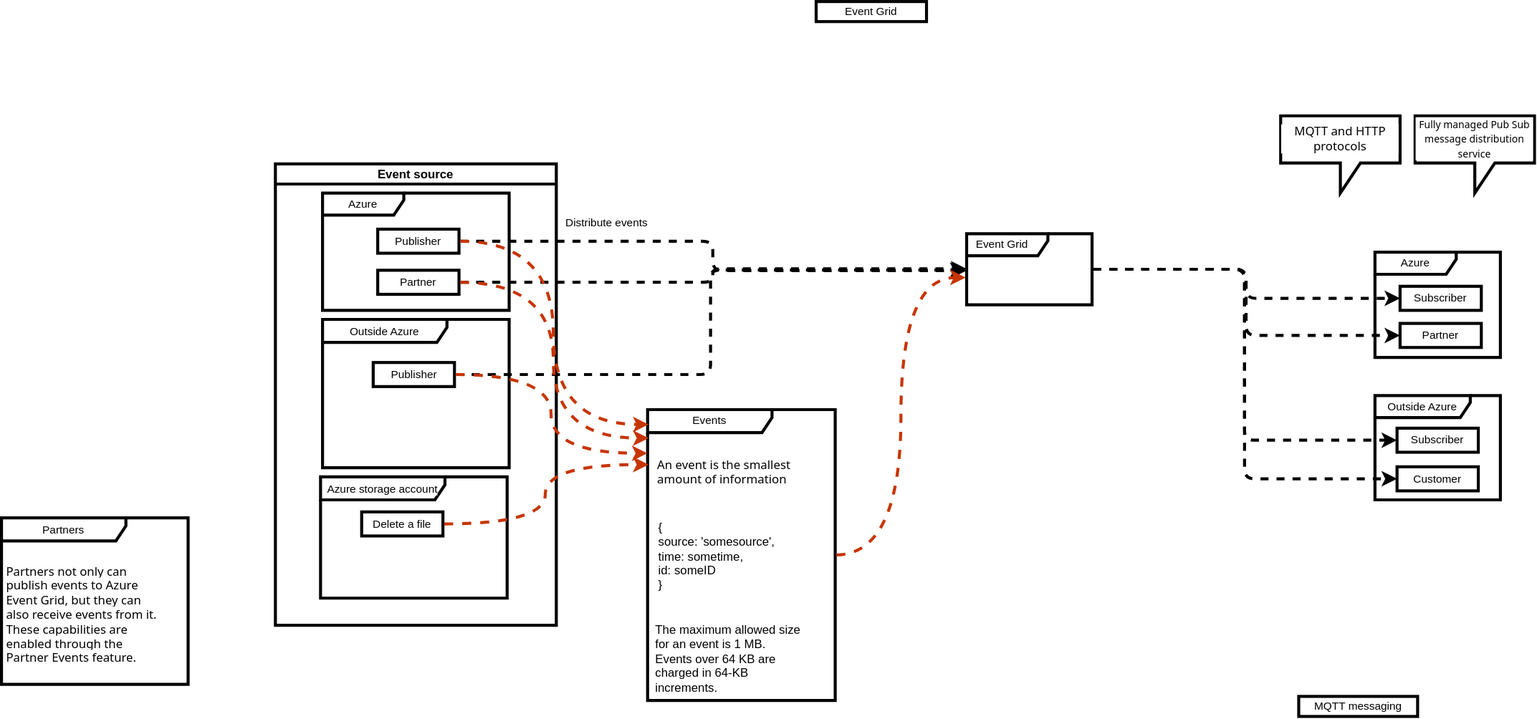
This is azure/fundamentals/event-grid.drawio.svg from sunnybharne/draw.io, a draw.io export, as it was before one commit. Source tidied: cells renumbered, new cells last; positions are measured from the earlier drawing's top-left corner, leaving out a move shared by most shapes.
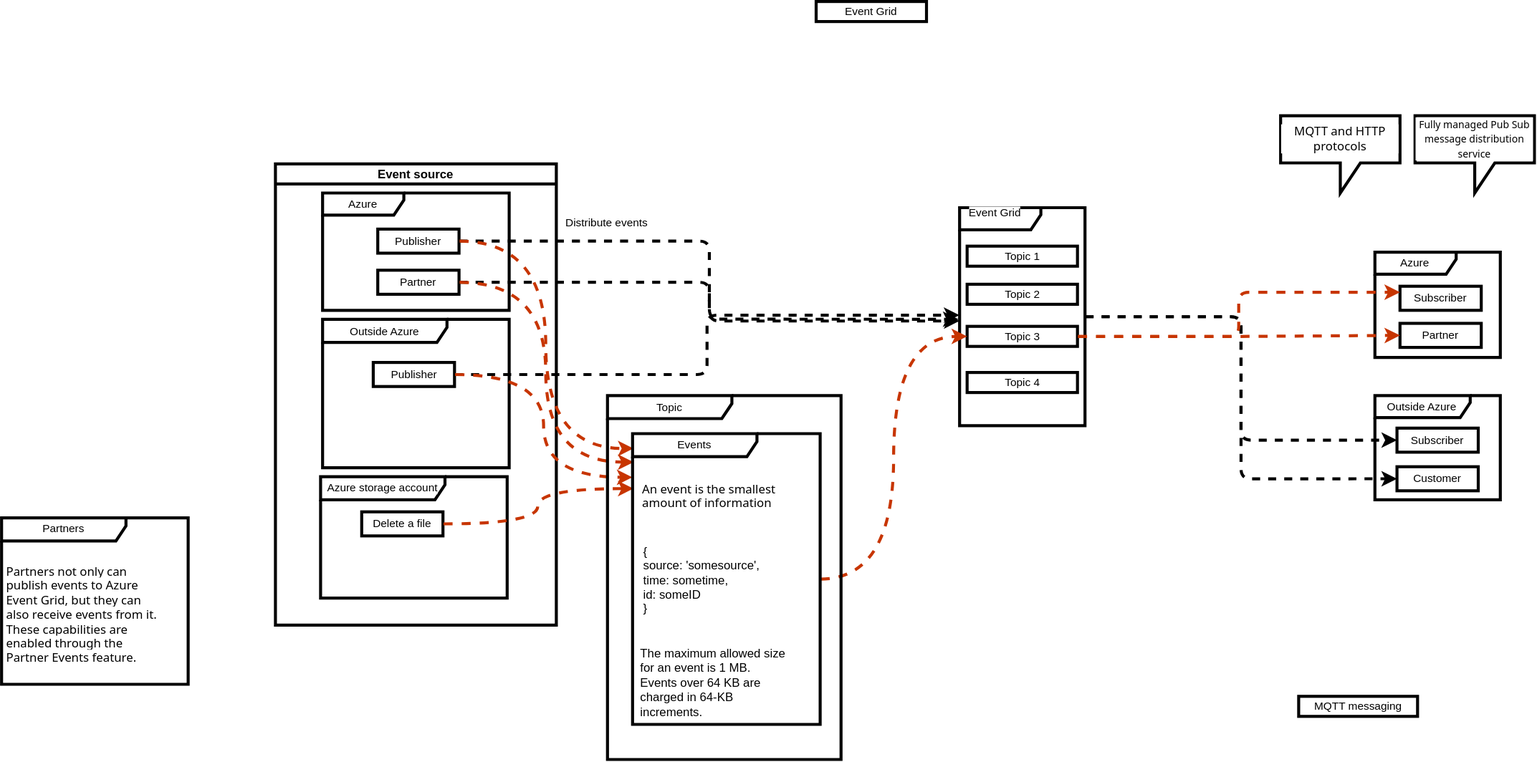
After the change.

The edit, as a diff of the source:
```diff
@@ -5,18 +5,12 @@
     <mxCell id="2" value="Event Grid" style="html=1;whiteSpace=wrap;fontFamily=Helvetica;fontSize=11;fontColor=default;labelBackgroundColor=default;strokeWidth=3;" parent="1" vertex="1">
       <mxGeometry x="812" width="110" height="20" as="geometry" />
     </mxCell>
-    <mxCell id="3" style="edgeStyle=orthogonalEdgeStyle;shape=connector;curved=0;rounded=1;jettySize=auto;html=1;entryX=0;entryY=0.5;entryDx=0;entryDy=0;strokeColor=default;strokeWidth=3;align=center;verticalAlign=middle;fontFamily=Helvetica;fontSize=11;fontColor=default;labelBackgroundColor=default;endArrow=classic;flowAnimation=1;" parent="1" edge="1" source="31" target="35">
-      <mxGeometry relative="1" as="geometry" />
-    </mxCell>
     <mxCell id="4" style="edgeStyle=orthogonalEdgeStyle;shape=connector;curved=0;rounded=1;jettySize=auto;html=1;entryX=0;entryY=0.5;entryDx=0;entryDy=0;strokeColor=default;strokeWidth=3;align=center;verticalAlign=middle;fontFamily=Helvetica;fontSize=11;fontColor=default;labelBackgroundColor=default;endArrow=classic;flowAnimation=1;" parent="1" edge="1" source="31" target="39">
       <mxGeometry relative="1" as="geometry" />
     </mxCell>
     <mxCell id="5" style="edgeStyle=orthogonalEdgeStyle;shape=connector;curved=0;rounded=1;jettySize=auto;html=1;entryX=0;entryY=0.5;entryDx=0;entryDy=0;strokeColor=default;strokeWidth=3;align=center;verticalAlign=middle;fontFamily=Helvetica;fontSize=11;fontColor=default;labelBackgroundColor=default;endArrow=classic;flowAnimation=1;" parent="1" edge="1" source="31" target="40">
       <mxGeometry relative="1" as="geometry" />
     </mxCell>
-    <mxCell id="6" style="edgeStyle=orthogonalEdgeStyle;shape=connector;curved=0;rounded=1;jettySize=auto;html=1;entryX=0;entryY=0.5;entryDx=0;entryDy=0;strokeColor=default;strokeWidth=3;align=center;verticalAlign=middle;fontFamily=Helvetica;fontSize=11;fontColor=default;labelBackgroundColor=default;endArrow=classic;flowAnimation=1;" parent="1" edge="1" source="31" target="36">
-      <mxGeometry relative="1" as="geometry" />
-    </mxCell>
     <mxCell id="7" value="Distribute events" style="edgeLabel;html=1;align=center;verticalAlign=middle;strokeColor=default;strokeWidth=3;fontFamily=Helvetica;fontSize=11;fontColor=default;labelBackgroundColor=default;fillColor=default;" parent="1" vertex="1">
       <mxGeometry x="602" y="220" as="geometry" />
     </mxCell>
@@ -47,21 +41,6 @@
     <mxCell id="16" value="&lt;span style=&quot;font-style: normal; font-variant-caps: normal; font-weight: 400; letter-spacing: normal; text-align: start; text-indent: 0px; text-transform: none; white-space: normal; word-spacing: 0px; -webkit-text-stroke-width: 0px; text-decoration: none; caret-color: rgb(230, 230, 230); font-family: &amp;quot;Segoe UI&amp;quot;, SegoeUI, &amp;quot;Helvetica Neue&amp;quot;, Helvetica, Arial, sans-serif; float: none; background-color: rgb(255, 255, 255); display: inline !important;&quot;&gt;&lt;font style=&quot;font-size: 12px;&quot;&gt;Partners not only can publish events to Azure Event Grid, but they can also receive events from it. These capabilities are enabled through the Partner Events feature.&lt;/font&gt;&lt;/span&gt;" style="text;whiteSpace=wrap;html=1;fontFamily=Helvetica;fontSize=11;fontColor=default;labelBackgroundColor=default;" parent="14" vertex="1">
       <mxGeometry x="3" y="40" width="162" height="112" as="geometry" />
     </mxCell>
-    <mxCell id="17" style="group;" parent="1" vertex="1">
-      <mxGeometry x="644" y="407" width="200" height="290" as="geometry" />
-    </mxCell>
-    <mxCell id="18" value="Events" style="shape=umlFrame;whiteSpace=wrap;html=1;fontFamily=Helvetica;fontSize=11;fontColor=default;labelBackgroundColor=default;strokeWidth=3;width=124;height=23;" parent="17" vertex="1">
-      <mxGeometry width="187" height="290" as="geometry" />
-    </mxCell>
-    <mxCell id="19" value="&lt;p style=&quot;box-sizing: inherit; outline-color: inherit; margin: 1rem 0px 0px; padding: 0px; overflow-wrap: break-word; caret-color: rgb(230, 230, 230); font-family: &amp;quot;Segoe UI&amp;quot;, SegoeUI, &amp;quot;Helvetica Neue&amp;quot;, Helvetica, Arial, sans-serif; font-size: 12px;&quot;&gt;&lt;font style=&quot;font-size: 12px;&quot;&gt;An event is the smallest amount of information&amp;nbsp;&lt;/font&gt;&lt;/p&gt;&lt;p style=&quot;font-size: 12px; box-sizing: inherit; outline-color: inherit; margin: 1rem 0px 0px; padding: 0px; overflow-wrap: break-word; caret-color: rgb(230, 230, 230); font-family: &amp;quot;Segoe UI&amp;quot;, SegoeUI, &amp;quot;Helvetica Neue&amp;quot;, Helvetica, Arial, sans-serif;&quot;&gt;&lt;br&gt;&lt;/p&gt;" style="text;whiteSpace=wrap;html=1;fontFamily=Helvetica;fontSize=11;fontColor=default;labelBackgroundColor=default;" parent="17" vertex="1">
-      <mxGeometry x="7.5" y="26.2" width="137" height="45.8" as="geometry" />
-    </mxCell>
-    <mxCell id="20" value="&lt;div style=&quot;font-size: 12px;&quot;&gt;&lt;font style=&quot;font-size: 12px;&quot;&gt;&lt;br&gt;&lt;/font&gt;&lt;/div&gt;&lt;font style=&quot;font-size: 12px;&quot;&gt;{&lt;/font&gt;&lt;div style=&quot;font-size: 12px;&quot;&gt;&lt;font style=&quot;font-size: 12px;&quot;&gt;source: 'somesource',&lt;/font&gt;&lt;/div&gt;&lt;div style=&quot;font-size: 12px;&quot;&gt;&lt;font style=&quot;font-size: 12px;&quot;&gt;time: sometime,&lt;/font&gt;&lt;/div&gt;&lt;div style=&quot;font-size: 12px;&quot;&gt;&lt;font style=&quot;font-size: 12px;&quot;&gt;id: someID&lt;br&gt;&lt;/font&gt;&lt;div&gt;&lt;font style=&quot;font-size: 12px;&quot;&gt;}&lt;/font&gt;&lt;/div&gt;&lt;/div&gt;" style="text;html=1;align=left;verticalAlign=middle;strokeColor=none;fillColor=none;fontFamily=Helvetica;fontSize=11;fontColor=default;labelBackgroundColor=default;" parent="17" vertex="1">
-      <mxGeometry x="9" y="91" width="134" height="96" as="geometry" />
-    </mxCell>
-    <mxCell id="21" value="&lt;span style=&quot;caret-color: rgb(230, 230, 230); background-color: rgb(255, 255, 255);&quot;&gt;&lt;font face=&quot;Helvetica&quot; style=&quot;font-size: 12px;&quot;&gt;The maximum allowed size for an event is 1 MB. Events over 64 KB are charged in 64-KB increments.&lt;/font&gt;&lt;/span&gt;" style="text;whiteSpace=wrap;html=1;fontFamily=Helvetica;fontSize=11;fontColor=default;labelBackgroundColor=default;" parent="17" vertex="1">
-      <mxGeometry x="6" y="205.9" width="151" height="60.7" as="geometry" />
-    </mxCell>
     <mxCell id="22" value="Event source" style="swimlane;startSize=20;horizontal=1;horizontalTree=0;sortEdges=1;containerType=tree;fontSize=12;strokeWidth=3;" parent="1" vertex="1">
       <mxGeometry x="273" y="162" width="280" height="460" as="geometry" />
     </mxCell>
@@ -87,14 +66,26 @@
       <mxGeometry x="86" y="347" width="81" height="24" as="geometry" />
     </mxCell>
     <mxCell id="30" style="group;" parent="1" vertex="1">
-      <mxGeometry x="962" y="229" width="125" height="73.5" as="geometry" />
+      <mxGeometry x="955" y="198" width="125" height="225" as="geometry" />
     </mxCell>
     <mxCell id="31" style="shape=umlFrame;whiteSpace=wrap;html=1;fontFamily=Helvetica;fontSize=11;fontColor=default;labelBackgroundColor=default;strokeWidth=3;width=81;height=22;" parent="30" vertex="1">
-      <mxGeometry y="2.5" width="125" height="71" as="geometry" />
+      <mxGeometry y="7.7" width="125" height="217.3" as="geometry" />
     </mxCell>
     <mxCell id="32" value="Event Grid" style="text;html=1;align=center;verticalAlign=middle;strokeColor=none;fillColor=none;fontFamily=Helvetica;fontSize=11;fontColor=default;labelBackgroundColor=default;" parent="30" vertex="1">
       <mxGeometry width="70" height="25" as="geometry" />
     </mxCell>
+    <mxCell id="46" value="Topic 1" style="html=1;whiteSpace=wrap;fontFamily=Helvetica;fontSize=11;fontColor=default;labelBackgroundColor=default;strokeWidth=3;" parent="30" vertex="1">
+      <mxGeometry x="7.5" y="46" width="110" height="20" as="geometry" />
+    </mxCell>
+    <mxCell id="47" value="Topic 2" style="html=1;whiteSpace=wrap;fontFamily=Helvetica;fontSize=11;fontColor=default;labelBackgroundColor=default;strokeWidth=3;" parent="30" vertex="1">
+      <mxGeometry x="7.5" y="84" width="110" height="20" as="geometry" />
+    </mxCell>
+    <mxCell id="48" value="Topic 3" style="html=1;whiteSpace=wrap;fontFamily=Helvetica;fontSize=11;fontColor=default;labelBackgroundColor=default;strokeWidth=3;" parent="30" vertex="1">
+      <mxGeometry x="7.5" y="126" width="110" height="20" as="geometry" />
+    </mxCell>
+    <mxCell id="49" value="Topic 4" style="html=1;whiteSpace=wrap;fontFamily=Helvetica;fontSize=11;fontColor=default;labelBackgroundColor=default;strokeWidth=3;" parent="30" vertex="1">
+      <mxGeometry x="7.5" y="172" width="110" height="20" as="geometry" />
+    </mxCell>
     <mxCell id="33" style="group;" parent="1" vertex="1">
       <mxGeometry x="1369" y="250" width="125" height="105" as="geometry" />
     </mxCell>
@@ -131,8 +122,38 @@
     <mxCell id="44" style="edgeStyle=orthogonalEdgeStyle;shape=connector;curved=1;rounded=0;jettySize=auto;html=1;entryX=0.005;entryY=0.051;entryDx=0;entryDy=0;entryPerimeter=0;dashed=1;strokeColor=#C73500;strokeWidth=3;align=center;verticalAlign=top;fontFamily=Helvetica;fontSize=11;fontColor=default;labelBackgroundColor=default;elbow=vertical;endArrow=classic;flowAnimation=1;fillColor=#fa6800;" parent="1" edge="1" source="24" target="18">
       <mxGeometry relative="1" as="geometry" />
     </mxCell>
-    <mxCell id="45" style="edgeStyle=orthogonalEdgeStyle;shape=connector;curved=1;rounded=0;jettySize=auto;html=1;entryX=-0.008;entryY=0.616;entryDx=0;entryDy=0;entryPerimeter=0;dashed=1;strokeColor=#C73500;strokeWidth=3;align=center;verticalAlign=top;fontFamily=Helvetica;fontSize=11;fontColor=default;labelBackgroundColor=default;elbow=vertical;endArrow=classic;flowAnimation=1;fillColor=#fa6800;" parent="1" edge="1" source="18" target="31">
+    <mxCell id="45" style="edgeStyle=orthogonalEdgeStyle;shape=connector;curved=1;rounded=0;jettySize=auto;html=1;entryX=0;entryY=0.5;entryDx=0;entryDy=0;dashed=1;strokeColor=#C73500;strokeWidth=3;align=center;verticalAlign=top;fontFamily=Helvetica;fontSize=11;fontColor=default;labelBackgroundColor=default;elbow=vertical;endArrow=classic;flowAnimation=1;fillColor=#fa6800;" parent="1" edge="1" source="18" target="48">
       <mxGeometry relative="1" as="geometry" />
     </mxCell>
+    <mxCell id="50" style="group;" parent="1" vertex="1">
+      <mxGeometry x="604" y="393" width="249" height="363" as="geometry" />
+    </mxCell>
+    <mxCell id="17" style="group;" parent="50" vertex="1">
+      <mxGeometry x="25" y="38" width="200" height="290" as="geometry" />
+    </mxCell>
+    <mxCell id="18" value="Events" style="shape=umlFrame;whiteSpace=wrap;html=1;fontFamily=Helvetica;fontSize=11;fontColor=default;labelBackgroundColor=default;strokeWidth=3;width=124;height=23;" parent="17" vertex="1">
+      <mxGeometry width="187" height="290" as="geometry" />
+    </mxCell>
+    <mxCell id="19" value="&lt;p style=&quot;box-sizing: inherit; outline-color: inherit; margin: 1rem 0px 0px; padding: 0px; overflow-wrap: break-word; caret-color: rgb(230, 230, 230); font-family: &amp;quot;Segoe UI&amp;quot;, SegoeUI, &amp;quot;Helvetica Neue&amp;quot;, Helvetica, Arial, sans-serif; font-size: 12px;&quot;&gt;&lt;font style=&quot;font-size: 12px;&quot;&gt;An event is the smallest amount of information&amp;nbsp;&lt;/font&gt;&lt;/p&gt;&lt;p style=&quot;font-size: 12px; box-sizing: inherit; outline-color: inherit; margin: 1rem 0px 0px; padding: 0px; overflow-wrap: break-word; caret-color: rgb(230, 230, 230); font-family: &amp;quot;Segoe UI&amp;quot;, SegoeUI, &amp;quot;Helvetica Neue&amp;quot;, Helvetica, Arial, sans-serif;&quot;&gt;&lt;br&gt;&lt;/p&gt;" style="text;whiteSpace=wrap;html=1;fontFamily=Helvetica;fontSize=11;fontColor=default;labelBackgroundColor=default;" parent="17" vertex="1">
+      <mxGeometry x="7.5" y="26.2" width="137" height="45.8" as="geometry" />
+    </mxCell>
+    <mxCell id="20" value="&lt;div style=&quot;font-size: 12px;&quot;&gt;&lt;font style=&quot;font-size: 12px;&quot;&gt;&lt;br&gt;&lt;/font&gt;&lt;/div&gt;&lt;font style=&quot;font-size: 12px;&quot;&gt;{&lt;/font&gt;&lt;div style=&quot;font-size: 12px;&quot;&gt;&lt;font style=&quot;font-size: 12px;&quot;&gt;source: 'somesource',&lt;/font&gt;&lt;/div&gt;&lt;div style=&quot;font-size: 12px;&quot;&gt;&lt;font style=&quot;font-size: 12px;&quot;&gt;time: sometime,&lt;/font&gt;&lt;/div&gt;&lt;div style=&quot;font-size: 12px;&quot;&gt;&lt;font style=&quot;font-size: 12px;&quot;&gt;id: someID&lt;br&gt;&lt;/font&gt;&lt;div&gt;&lt;font style=&quot;font-size: 12px;&quot;&gt;}&lt;/font&gt;&lt;/div&gt;&lt;/div&gt;" style="text;html=1;align=left;verticalAlign=middle;strokeColor=none;fillColor=none;fontFamily=Helvetica;fontSize=11;fontColor=default;labelBackgroundColor=default;" parent="17" vertex="1">
+      <mxGeometry x="9" y="91" width="134" height="96" as="geometry" />
+    </mxCell>
+    <mxCell id="21" value="&lt;span style=&quot;caret-color: rgb(230, 230, 230); background-color: rgb(255, 255, 255);&quot;&gt;&lt;font face=&quot;Helvetica&quot; style=&quot;font-size: 12px;&quot;&gt;The maximum allowed size for an event is 1 MB. Events over 64 KB are charged in 64-KB increments.&lt;/font&gt;&lt;/span&gt;" style="text;whiteSpace=wrap;html=1;fontFamily=Helvetica;fontSize=11;fontColor=default;labelBackgroundColor=default;" parent="17" vertex="1">
+      <mxGeometry x="6" y="205.9" width="151" height="60.7" as="geometry" />
+    </mxCell>
+    <mxCell id="51" style="group;" parent="50" vertex="1">
+      <mxGeometry width="249" height="363" as="geometry" />
+    </mxCell>
+    <mxCell id="52" value="Topic" style="shape=umlFrame;whiteSpace=wrap;html=1;fontFamily=Helvetica;fontSize=11;fontColor=default;labelBackgroundColor=default;strokeWidth=3;width=124;height=23;" parent="51" vertex="1">
+      <mxGeometry width="232.8" height="363" as="geometry" />
+    </mxCell>
+    <mxCell id="53" style="edgeStyle=orthogonalEdgeStyle;shape=connector;rounded=1;jettySize=auto;html=1;dashed=1;strokeColor=#C73500;strokeWidth=3;align=center;verticalAlign=top;fontFamily=Helvetica;fontSize=11;fontColor=default;labelBackgroundColor=default;elbow=vertical;endArrow=classic;flowAnimation=1;fillColor=#fa6800;curved=0;entryX=0;entryY=0.5;entryDx=0;entryDy=0;" parent="1" edge="1" source="48" target="36">
+      <mxGeometry relative="1" as="geometry" />
+    </mxCell>
+    <mxCell id="54" style="edgeStyle=orthogonalEdgeStyle;shape=connector;curved=0;rounded=1;jettySize=auto;html=1;entryX=0;entryY=0.25;entryDx=0;entryDy=0;dashed=1;strokeColor=#C73500;strokeWidth=3;align=center;verticalAlign=top;fontFamily=Helvetica;fontSize=11;fontColor=default;labelBackgroundColor=default;elbow=vertical;endArrow=classic;flowAnimation=1;fillColor=#fa6800;" parent="1" edge="1" source="48" target="35">
+      <mxGeometry relative="1" as="geometry" />
+    </mxCell>
   </root>
 </mxGraphModel>
```
